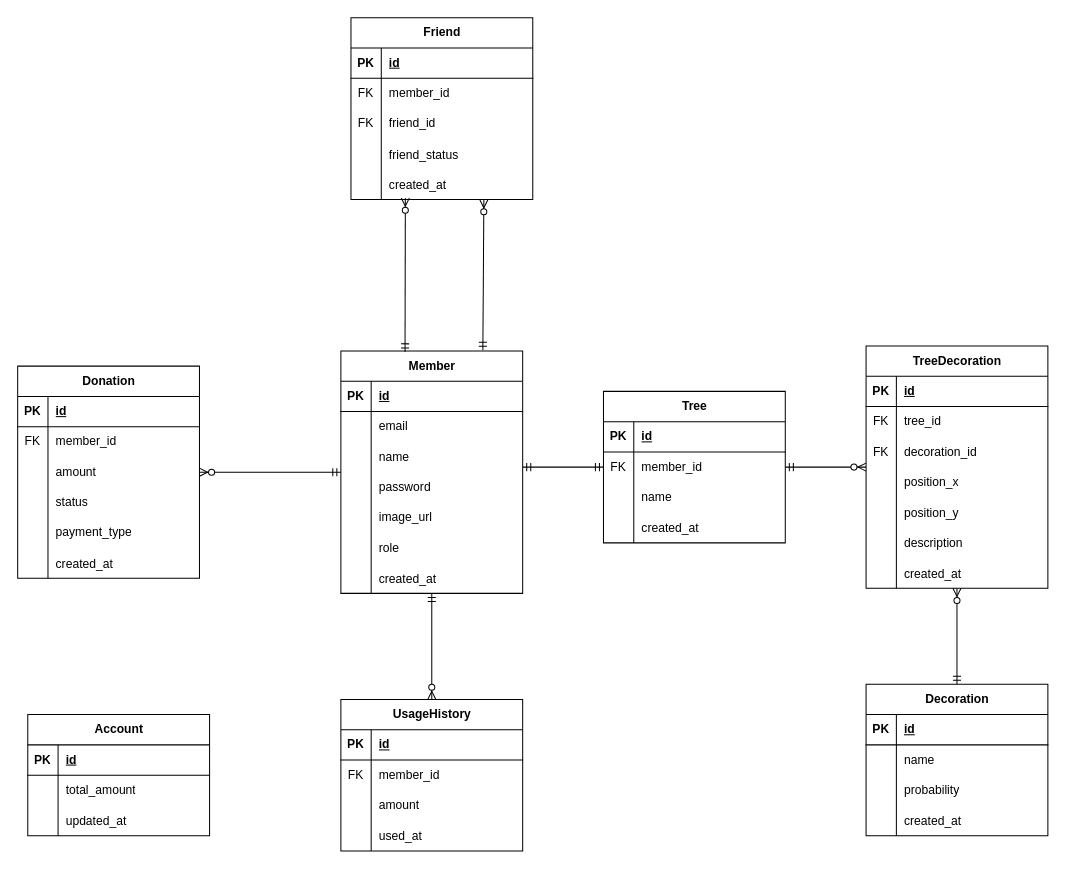
Above: ChaeumERD.drawio in 2025-Advanced-Capstone-Chaeum/ERD (draw.io), before the change. Source tidied: cells renumbered, new cells numbered last; positions are measured from the earlier drawing's top-left corner, leaving out a move shared by most shapes. Both pictures are drawn from the tidied source at 101%, with x=0, y=0 at pixel (17, 17).
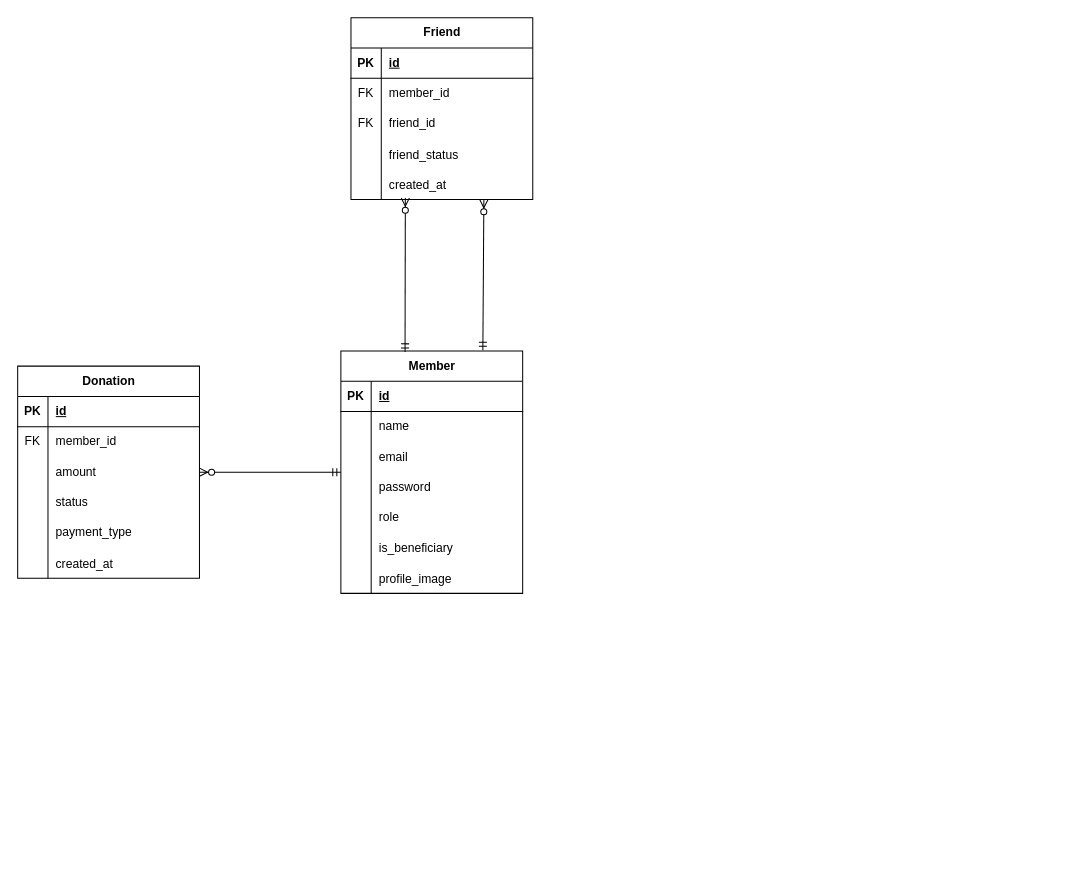
Above is the later version.

Commit message:
docs(ERD): 불필요한 테이블 삭제

Unchanged cells that the change refers to:
```xml
<mxCell id="6" style="shape=tableRow;horizontal=0;startSize=0;swimlaneHead=0;swimlaneBody=0;fillColor=none;top=0;left=0;right=0;bottom=0;" parent="2" vertex="1">
  <mxGeometry y="60" width="180" height="30" as="geometry" />
</mxCell>
<mxCell id="9" style="shape=tableRow;horizontal=0;startSize=0;swimlaneHead=0;swimlaneBody=0;fillColor=none;top=0;left=0;right=0;bottom=0;" parent="2" vertex="1">
  <mxGeometry y="90" width="180" height="30" as="geometry" />
</mxCell>
<mxCell id="15" style="shape=tableRow;horizontal=0;startSize=0;swimlaneHead=0;swimlaneBody=0;fillColor=none;top=0;left=0;right=0;bottom=0;" parent="2" vertex="1">
  <mxGeometry y="150" width="180" height="30" as="geometry" />
</mxCell>
<mxCell id="18" style="shape=tableRow;horizontal=0;startSize=0;swimlaneHead=0;swimlaneBody=0;fillColor=none;top=0;left=0;right=0;bottom=0;" parent="2" vertex="1">
  <mxGeometry y="180" width="180" height="30" as="geometry" />
</mxCell>
<mxCell id="21" style="shape=tableRow;horizontal=0;startSize=0;swimlaneHead=0;swimlaneBody=0;fillColor=none;top=0;left=0;right=0;bottom=0;" parent="2" vertex="1">
  <mxGeometry y="210" width="180" height="30" as="geometry" />
</mxCell>
```

Diff of the diagram source:
```diff
@@
-    <mxCell id="8" value="email" style="shape=partialRectangle;fillColor=none;top=0;left=0;bottom=0;right=0;align=left;spacingLeft=6;overflow=hidden;whiteSpace=wrap;html=1;" parent="6" vertex="1">
+    <mxCell id="8" value="name" style="shape=partialRectangle;fillColor=none;top=0;left=0;bottom=0;right=0;align=left;spacingLeft=6;overflow=hidden;whiteSpace=wrap;html=1;" parent="6" vertex="1">
       <mxGeometry x="30" width="150" height="30" as="geometry" />
     </mxCell>
@@
-    <mxCell id="11" value="name" style="shape=partialRectangle;fillColor=none;top=0;left=0;bottom=0;right=0;align=left;spacingLeft=6;overflow=hidden;whiteSpace=wrap;html=1;" parent="9" vertex="1">
+    <mxCell id="11" value="email" style="shape=partialRectangle;fillColor=none;top=0;left=0;bottom=0;right=0;align=left;spacingLeft=6;overflow=hidden;whiteSpace=wrap;html=1;" parent="9" vertex="1">
       <mxGeometry x="30" width="150" height="30" as="geometry" />
     </mxCell>
@@
-    <mxCell id="17" value="image_url" style="shape=partialRectangle;fillColor=none;top=0;left=0;bottom=0;right=0;align=left;spacingLeft=6;overflow=hidden;whiteSpace=wrap;html=1;" parent="15" vertex="1">
+    <mxCell id="17" value="role" style="shape=partialRectangle;fillColor=none;top=0;left=0;bottom=0;right=0;align=left;spacingLeft=6;overflow=hidden;whiteSpace=wrap;html=1;" parent="15" vertex="1">
       <mxGeometry x="30" width="150" height="30" as="geometry" />
     </mxCell>
@@
-    <mxCell id="20" value="role" style="shape=partialRectangle;fillColor=none;top=0;left=0;bottom=0;right=0;align=left;spacingLeft=6;overflow=hidden;" parent="18" vertex="1">
+    <mxCell id="20" value="is_beneficiary" style="shape=partialRectangle;fillColor=none;top=0;left=0;bottom=0;right=0;align=left;spacingLeft=6;overflow=hidden;" parent="18" vertex="1">
       <mxGeometry x="30" width="150" height="30" as="geometry" />
     </mxCell>
@@
-    <mxCell id="23" value="created_at" style="shape=partialRectangle;fillColor=none;top=0;left=0;bottom=0;right=0;align=left;spacingLeft=6;overflow=hidden;" parent="21" vertex="1">
+    <mxCell id="23" value="profile_image" style="shape=partialRectangle;fillColor=none;top=0;left=0;bottom=0;right=0;align=left;spacingLeft=6;overflow=hidden;" parent="21" vertex="1">
       <mxGeometry x="30" width="150" height="30" as="geometry" />
     </mxCell>
-    <mxCell id="24" style="fontSize=12;html=1;endArrow=ERmandOne;startArrow=ERmandOne;rounded=0;entryX=0;entryY=0.5;entryDx=0;entryDy=0;" parent="1" edge="1" target="30">
-      <mxGeometry relative="1" as="geometry">
-        <mxPoint x="500" y="445" as="sourcePoint" />
-      </mxGeometry>
-    </mxCell>
-    <mxCell id="25" style="edgeStyle=none;rounded=0;jettySize=auto;html=1;exitX=0;exitY=0.5;exitDx=0;exitDy=0;" parent="1" edge="1" source="46" target="39">
-      <mxGeometry relative="1" as="geometry" />
+    <mxCell id="25" style="edgeStyle=none;rounded=0;orthogonalLoop=1;jettySize=auto;html=1;exitX=0;exitY=0.5;exitDx=0;exitDy=0;" parent="1" edge="1">
+      <mxGeometry relative="1" as="geometry">
+        <mxPoint x="840" y="430" as="sourcePoint" />
+        <mxPoint x="840" y="430" as="targetPoint" />
+      </mxGeometry>
     </mxCell>
-    <mxCell id="26" value="Tree" style="shape=table;startSize=30;childLayout=tableLayout;rowLines=0;fontStyle=1;align=center;html=1;" parent="1" vertex="1">
-      <mxGeometry x="580" y="370" width="180" height="150" as="geometry" />
-    </mxCell>
-    <mxCell id="27" style="shape=tableRow;horizontal=0;startSize=0;swimlaneHead=0;swimlaneBody=0;fillColor=none;top=0;left=0;right=0;bottom=1;" parent="26" vertex="1">
-      <mxGeometry y="30" width="180" height="30" as="geometry" />
-    </mxCell>
-    <mxCell id="28" value="PK" style="shape=partialRectangle;fillColor=none;top=0;left=0;bottom=0;right=0;fontStyle=1;overflow=hidden;whiteSpace=wrap;html=1;" parent="27" vertex="1">
-      <mxGeometry width="30" height="30" as="geometry" />
-    </mxCell>
-    <mxCell id="29" value="id" style="shape=partialRectangle;fillColor=none;top=0;left=0;bottom=0;right=0;align=left;spacingLeft=6;fontStyle=5;overflow=hidden;whiteSpace=wrap;html=1;" parent="27" vertex="1">
-      <mxGeometry x="30" width="150" height="30" as="geometry" />
-    </mxCell>
-    <mxCell id="30" style="shape=tableRow;horizontal=0;startSize=0;swimlaneHead=0;swimlaneBody=0;fillColor=none;points=[[0,0.5],[1,0.5]];portConstraint=eastwest;top=0;left=0;right=0;bottom=0;" parent="26" vertex="1">
-      <mxGeometry y="60" width="180" height="30" as="geometry" />
-    </mxCell>
-    <mxCell id="31" value="FK" style="shape=partialRectangle;fillColor=none;top=0;left=0;bottom=0;right=0;overflow=hidden;whiteSpace=wrap;html=1;" parent="30" vertex="1">
-      <mxGeometry width="30" height="30" as="geometry" />
-    </mxCell>
-    <mxCell id="32" value="member_id" style="shape=partialRectangle;fillColor=none;top=0;left=0;bottom=0;right=0;align=left;spacingLeft=6;overflow=hidden;whiteSpace=wrap;html=1;" parent="30" vertex="1">
-      <mxGeometry x="30" width="150" height="30" as="geometry" />
-    </mxCell>
-    <mxCell id="33" style="shape=tableRow;horizontal=0;startSize=0;swimlaneHead=0;swimlaneBody=0;fillColor=none;top=0;left=0;right=0;bottom=0;" parent="26" vertex="1">
-      <mxGeometry y="90" width="180" height="30" as="geometry" />
-    </mxCell>
-    <mxCell id="34" style="shape=partialRectangle;fillColor=none;top=0;left=0;bottom=0;right=0;overflow=hidden;whiteSpace=wrap;html=1;" parent="33" vertex="1">
-      <mxGeometry width="30" height="30" as="geometry" />
-    </mxCell>
-    <mxCell id="35" value="name" style="shape=partialRectangle;fillColor=none;top=0;left=0;bottom=0;right=0;align=left;spacingLeft=6;overflow=hidden;whiteSpace=wrap;html=1;" parent="33" vertex="1">
-      <mxGeometry x="30" width="150" height="30" as="geometry" />
-    </mxCell>
-    <mxCell id="36" style="shape=tableRow;horizontal=0;startSize=0;swimlaneHead=0;swimlaneBody=0;fillColor=none;top=0;left=0;right=0;bottom=0;" parent="26" vertex="1">
-      <mxGeometry y="120" width="180" height="30" as="geometry" />
-    </mxCell>
-    <mxCell id="37" style="shape=partialRectangle;fillColor=none;top=0;left=0;bottom=0;right=0;overflow=hidden;" parent="36" vertex="1">
-      <mxGeometry width="30" height="30" as="geometry" />
-    </mxCell>
-    <mxCell id="38" value="created_at" style="shape=partialRectangle;fillColor=none;top=0;left=0;bottom=0;right=0;align=left;spacingLeft=6;overflow=hidden;" parent="36" vertex="1">
-      <mxGeometry x="30" width="150" height="30" as="geometry" />
-    </mxCell>
-    <mxCell id="39" value="TreeDecoration" style="shape=table;startSize=30;childLayout=tableLayout;rowLines=0;fontStyle=1;align=center;html=1;" parent="1" vertex="1">
-      <mxGeometry x="840" y="325" width="180" height="240" as="geometry" />
-    </mxCell>
-    <mxCell id="40" style="shape=tableRow;horizontal=0;startSize=0;swimlaneHead=0;swimlaneBody=0;fillColor=none;top=0;left=0;right=0;bottom=1;" parent="39" vertex="1">
-      <mxGeometry y="30" width="180" height="30" as="geometry" />
-    </mxCell>
-    <mxCell id="41" value="PK" style="shape=partialRectangle;fillColor=none;top=0;left=0;bottom=0;right=0;fontStyle=1;overflow=hidden;whiteSpace=wrap;html=1;" parent="40" vertex="1">
-      <mxGeometry width="30" height="30" as="geometry" />
-    </mxCell>
-    <mxCell id="42" value="id" style="shape=partialRectangle;fillColor=none;top=0;left=0;bottom=0;right=0;align=left;spacingLeft=6;fontStyle=5;overflow=hidden;whiteSpace=wrap;html=1;" parent="40" vertex="1">
-      <mxGeometry x="30" width="150" height="30" as="geometry" />
-    </mxCell>
-    <mxCell id="43" style="shape=tableRow;horizontal=0;startSize=0;swimlaneHead=0;swimlaneBody=0;fillColor=none;top=0;left=0;right=0;bottom=0;" parent="39" vertex="1">
-      <mxGeometry y="60" width="180" height="30" as="geometry" />
-    </mxCell>
-    <mxCell id="44" value="FK" style="shape=partialRectangle;fillColor=none;top=0;left=0;bottom=0;right=0;overflow=hidden;whiteSpace=wrap;html=1;" parent="43" vertex="1">
-      <mxGeometry width="30" height="30" as="geometry" />
-    </mxCell>
-    <mxCell id="45" value="tree_id" style="shape=partialRectangle;fillColor=none;top=0;left=0;bottom=0;right=0;align=left;spacingLeft=6;overflow=hidden;whiteSpace=wrap;html=1;" parent="43" vertex="1">
-      <mxGeometry x="30" width="150" height="30" as="geometry" />
-    </mxCell>
-    <mxCell id="46" style="shape=tableRow;horizontal=0;startSize=0;swimlaneHead=0;swimlaneBody=0;fillColor=none;points=[[0,0.5],[1,0.5]];portConstraint=eastwest;top=0;left=0;right=0;bottom=0;" parent="39" vertex="1">
-      <mxGeometry y="90" width="180" height="30" as="geometry" />
-    </mxCell>
-    <mxCell id="47" value="FK" style="shape=partialRectangle;fillColor=none;top=0;left=0;bottom=0;right=0;overflow=hidden;whiteSpace=wrap;html=1;" parent="46" vertex="1">
-      <mxGeometry width="30" height="30" as="geometry" />
-    </mxCell>
-    <mxCell id="48" value="decoration_id" style="shape=partialRectangle;fillColor=none;top=0;left=0;bottom=0;right=0;align=left;spacingLeft=6;overflow=hidden;whiteSpace=wrap;html=1;" parent="46" vertex="1">
-      <mxGeometry x="30" width="150" height="30" as="geometry" />
-    </mxCell>
-    <mxCell id="49" style="shape=tableRow;horizontal=0;startSize=0;swimlaneHead=0;swimlaneBody=0;fillColor=none;top=0;left=0;right=0;bottom=0;" parent="39" vertex="1">
-      <mxGeometry y="120" width="180" height="30" as="geometry" />
-    </mxCell>
-    <mxCell id="50" style="shape=partialRectangle;fillColor=none;top=0;left=0;bottom=0;right=0;overflow=hidden;whiteSpace=wrap;html=1;" parent="49" vertex="1">
-      <mxGeometry width="30" height="30" as="geometry" />
-    </mxCell>
-    <mxCell id="51" value="position_x" style="shape=partialRectangle;fillColor=none;top=0;left=0;bottom=0;right=0;align=left;spacingLeft=6;overflow=hidden;whiteSpace=wrap;html=1;" parent="49" vertex="1">
-      <mxGeometry x="30" width="150" height="30" as="geometry" />
-    </mxCell>
-    <mxCell id="52" style="shape=tableRow;horizontal=0;startSize=0;swimlaneHead=0;swimlaneBody=0;fillColor=none;top=0;left=0;right=0;bottom=0;" parent="39" vertex="1">
-      <mxGeometry y="150" width="180" height="30" as="geometry" />
-    </mxCell>
-    <mxCell id="53" style="shape=partialRectangle;fillColor=none;top=0;left=0;bottom=0;right=0;overflow=hidden;" parent="52" vertex="1">
-      <mxGeometry width="30" height="30" as="geometry" />
-    </mxCell>
-    <mxCell id="54" value="position_y" style="shape=partialRectangle;fillColor=none;top=0;left=0;bottom=0;right=0;align=left;spacingLeft=6;overflow=hidden;" parent="52" vertex="1">
-      <mxGeometry x="30" width="150" height="30" as="geometry" />
-    </mxCell>
-    <mxCell id="55" style="shape=tableRow;horizontal=0;startSize=0;swimlaneHead=0;swimlaneBody=0;fillColor=none;top=0;left=0;right=0;bottom=0;" parent="39" vertex="1">
-      <mxGeometry y="180" width="180" height="30" as="geometry" />
-    </mxCell>
-    <mxCell id="56" style="shape=partialRectangle;fillColor=none;top=0;left=0;bottom=0;right=0;overflow=hidden;" parent="55" vertex="1">
-      <mxGeometry width="30" height="30" as="geometry" />
-    </mxCell>
-    <mxCell id="57" value="description" style="shape=partialRectangle;fillColor=none;top=0;left=0;bottom=0;right=0;align=left;spacingLeft=6;overflow=hidden;" parent="55" vertex="1">
-      <mxGeometry x="30" width="150" height="30" as="geometry" />
-    </mxCell>
-    <mxCell id="58" style="shape=tableRow;horizontal=0;startSize=0;swimlaneHead=0;swimlaneBody=0;fillColor=none;top=0;left=0;right=0;bottom=0;" parent="39" vertex="1">
-      <mxGeometry y="210" width="180" height="30" as="geometry" />
-    </mxCell>
-    <mxCell id="59" style="shape=partialRectangle;fillColor=none;top=0;left=0;bottom=0;right=0;overflow=hidden;" parent="58" vertex="1">
-      <mxGeometry width="30" height="30" as="geometry" />
-    </mxCell>
-    <mxCell id="60" value="created_at" style="shape=partialRectangle;fillColor=none;top=0;left=0;bottom=0;right=0;align=left;spacingLeft=6;overflow=hidden;" parent="58" vertex="1">
-      <mxGeometry x="30" width="150" height="30" as="geometry" />
-    </mxCell>
-    <mxCell id="61" value="Decoration" style="shape=table;startSize=30;childLayout=tableLayout;rowLines=0;fontStyle=1;align=center;html=1;" parent="1" vertex="1">
-      <mxGeometry x="840" y="660" width="180" height="150" as="geometry" />
-    </mxCell>
-    <mxCell id="62" style="shape=tableRow;horizontal=0;startSize=0;swimlaneHead=0;swimlaneBody=0;fillColor=none;top=0;left=0;right=0;bottom=1;" parent="61" vertex="1">
-      <mxGeometry y="30" width="180" height="30" as="geometry" />
-    </mxCell>
-    <mxCell id="63" value="PK" style="shape=partialRectangle;fillColor=none;top=0;left=0;bottom=0;right=0;fontStyle=1;overflow=hidden;whiteSpace=wrap;html=1;" parent="62" vertex="1">
-      <mxGeometry width="30" height="30" as="geometry" />
-    </mxCell>
-    <mxCell id="64" value="id" style="shape=partialRectangle;fillColor=none;top=0;left=0;bottom=0;right=0;align=left;spacingLeft=6;fontStyle=5;overflow=hidden;whiteSpace=wrap;html=1;" parent="62" vertex="1">
-      <mxGeometry x="30" width="150" height="30" as="geometry" />
-    </mxCell>
-    <mxCell id="65" style="shape=tableRow;horizontal=0;startSize=0;swimlaneHead=0;swimlaneBody=0;fillColor=none;top=0;left=0;right=0;bottom=0;" parent="61" vertex="1">
-      <mxGeometry y="60" width="180" height="30" as="geometry" />
-    </mxCell>
-    <mxCell id="66" style="shape=partialRectangle;fillColor=none;top=0;left=0;bottom=0;right=0;overflow=hidden;whiteSpace=wrap;html=1;" parent="65" vertex="1">
-      <mxGeometry width="30" height="30" as="geometry" />
-    </mxCell>
-    <mxCell id="67" value="name" style="shape=partialRectangle;fillColor=none;top=0;left=0;bottom=0;right=0;align=left;spacingLeft=6;overflow=hidden;whiteSpace=wrap;html=1;" parent="65" vertex="1">
-      <mxGeometry x="30" width="150" height="30" as="geometry" />
-    </mxCell>
-    <mxCell id="68" style="shape=tableRow;horizontal=0;startSize=0;swimlaneHead=0;swimlaneBody=0;fillColor=none;top=0;left=0;right=0;bottom=0;" parent="61" vertex="1">
-      <mxGeometry y="90" width="180" height="30" as="geometry" />
-    </mxCell>
-    <mxCell id="69" style="shape=partialRectangle;fillColor=none;top=0;left=0;bottom=0;right=0;overflow=hidden;whiteSpace=wrap;html=1;" parent="68" vertex="1">
-      <mxGeometry width="30" height="30" as="geometry" />
-    </mxCell>
-    <mxCell id="70" value="probability" style="shape=partialRectangle;fillColor=none;top=0;left=0;bottom=0;right=0;align=left;spacingLeft=6;overflow=hidden;whiteSpace=wrap;html=1;" parent="68" vertex="1">
-      <mxGeometry x="30" width="150" height="30" as="geometry" />
-    </mxCell>
-    <mxCell id="71" style="shape=tableRow;horizontal=0;startSize=0;swimlaneHead=0;swimlaneBody=0;fillColor=none;top=0;left=0;right=0;bottom=0;" parent="61" vertex="1">
-      <mxGeometry y="120" width="180" height="30" as="geometry" />
-    </mxCell>
-    <mxCell id="72" style="shape=partialRectangle;fillColor=none;top=0;left=0;bottom=0;right=0;overflow=hidden;" parent="71" vertex="1">
-      <mxGeometry width="30" height="30" as="geometry" />
-    </mxCell>
-    <mxCell id="73" value="created_at" style="shape=partialRectangle;fillColor=none;top=0;left=0;bottom=0;right=0;align=left;spacingLeft=6;overflow=hidden;" parent="71" vertex="1">
-      <mxGeometry x="30" width="150" height="30" as="geometry" />
-    </mxCell>
@@
-    <mxCell id="93" value="UsageHistory" style="shape=table;startSize=30;childLayout=tableLayout;rowLines=0;fontStyle=1;align=center;html=1;" parent="1" vertex="1">
-      <mxGeometry x="320" y="675" width="180" height="150" as="geometry" />
-    </mxCell>
-    <mxCell id="94" style="shape=tableRow;horizontal=0;startSize=0;swimlaneHead=0;swimlaneBody=0;fillColor=none;top=0;left=0;right=0;bottom=1;" parent="93" vertex="1">
-      <mxGeometry y="30" width="180" height="30" as="geometry" />
-    </mxCell>
-    <mxCell id="95" value="PK" style="shape=partialRectangle;fillColor=none;top=0;left=0;bottom=0;right=0;fontStyle=1;overflow=hidden;whiteSpace=wrap;html=1;" parent="94" vertex="1">
-      <mxGeometry width="30" height="30" as="geometry" />
-    </mxCell>
-    <mxCell id="96" value="id" style="shape=partialRectangle;fillColor=none;top=0;left=0;bottom=0;right=0;align=left;spacingLeft=6;fontStyle=5;overflow=hidden;whiteSpace=wrap;html=1;" parent="94" vertex="1">
-      <mxGeometry x="30" width="150" height="30" as="geometry" />
-    </mxCell>
-    <mxCell id="97" style="shape=tableRow;horizontal=0;startSize=0;swimlaneHead=0;swimlaneBody=0;fillColor=none;top=0;left=0;right=0;bottom=0;" parent="93" vertex="1">
-      <mxGeometry y="60" width="180" height="30" as="geometry" />
-    </mxCell>
-    <mxCell id="98" value="FK" style="shape=partialRectangle;fillColor=none;top=0;left=0;bottom=0;right=0;overflow=hidden;whiteSpace=wrap;html=1;" parent="97" vertex="1">
-      <mxGeometry width="30" height="30" as="geometry" />
-    </mxCell>
-    <mxCell id="99" value="member_id" style="shape=partialRectangle;fillColor=none;top=0;left=0;bottom=0;right=0;align=left;spacingLeft=6;overflow=hidden;whiteSpace=wrap;html=1;" parent="97" vertex="1">
-      <mxGeometry x="30" width="150" height="30" as="geometry" />
-    </mxCell>
-    <mxCell id="100" style="shape=tableRow;horizontal=0;startSize=0;swimlaneHead=0;swimlaneBody=0;fillColor=none;top=0;left=0;right=0;bottom=0;" parent="93" vertex="1">
-      <mxGeometry y="90" width="180" height="30" as="geometry" />
-    </mxCell>
-    <mxCell id="101" style="shape=partialRectangle;fillColor=none;top=0;left=0;bottom=0;right=0;overflow=hidden;whiteSpace=wrap;html=1;" parent="100" vertex="1">
-      <mxGeometry width="30" height="30" as="geometry" />
-    </mxCell>
-    <mxCell id="102" value="amount" style="shape=partialRectangle;fillColor=none;top=0;left=0;bottom=0;right=0;align=left;spacingLeft=6;overflow=hidden;whiteSpace=wrap;html=1;" parent="100" vertex="1">
-      <mxGeometry x="30" width="150" height="30" as="geometry" />
-    </mxCell>
-    <mxCell id="103" style="shape=tableRow;horizontal=0;startSize=0;swimlaneHead=0;swimlaneBody=0;fillColor=none;top=0;left=0;right=0;bottom=0;" parent="93" vertex="1">
-      <mxGeometry y="120" width="180" height="30" as="geometry" />
-    </mxCell>
-    <mxCell id="104" style="shape=partialRectangle;fillColor=none;top=0;left=0;bottom=0;right=0;overflow=hidden;" parent="103" vertex="1">
-      <mxGeometry width="30" height="30" as="geometry" />
-    </mxCell>
-    <mxCell id="105" value="used_at" style="shape=partialRectangle;fillColor=none;top=0;left=0;bottom=0;right=0;align=left;spacingLeft=6;overflow=hidden;" parent="103" vertex="1">
-      <mxGeometry x="30" width="150" height="30" as="geometry" />
-    </mxCell>
@@
-    <mxCell id="122" value="Account" style="shape=table;startSize=30;childLayout=tableLayout;rowLines=0;fontStyle=1;align=center;html=1;" parent="1" vertex="1">
-      <mxGeometry x="10" y="690" width="180" height="120" as="geometry" />
-    </mxCell>
-    <mxCell id="123" style="shape=tableRow;horizontal=0;startSize=0;swimlaneHead=0;swimlaneBody=0;fillColor=none;top=0;left=0;right=0;bottom=1;" parent="122" vertex="1">
-      <mxGeometry y="30" width="180" height="30" as="geometry" />
-    </mxCell>
-    <mxCell id="124" value="PK" style="shape=partialRectangle;fillColor=none;top=0;left=0;bottom=0;right=0;fontStyle=1;overflow=hidden;whiteSpace=wrap;html=1;" parent="123" vertex="1">
-      <mxGeometry width="30" height="30" as="geometry" />
-    </mxCell>
-    <mxCell id="125" value="id" style="shape=partialRectangle;fillColor=none;top=0;left=0;bottom=0;right=0;align=left;spacingLeft=6;fontStyle=5;overflow=hidden;whiteSpace=wrap;html=1;" parent="123" vertex="1">
-      <mxGeometry x="30" width="150" height="30" as="geometry" />
-    </mxCell>
-    <mxCell id="126" style="shape=tableRow;horizontal=0;startSize=0;swimlaneHead=0;swimlaneBody=0;fillColor=none;top=0;left=0;right=0;bottom=0;" parent="122" vertex="1">
-      <mxGeometry y="60" width="180" height="30" as="geometry" />
-    </mxCell>
-    <mxCell id="127" style="shape=partialRectangle;fillColor=none;top=0;left=0;bottom=0;right=0;overflow=hidden;whiteSpace=wrap;html=1;" parent="126" vertex="1">
-      <mxGeometry width="30" height="30" as="geometry" />
-    </mxCell>
-    <mxCell id="128" value="total_amount" style="shape=partialRectangle;fillColor=none;top=0;left=0;bottom=0;right=0;align=left;spacingLeft=6;overflow=hidden;whiteSpace=wrap;html=1;" parent="126" vertex="1">
-      <mxGeometry x="30" width="150" height="30" as="geometry" />
-    </mxCell>
-    <mxCell id="129" style="shape=tableRow;horizontal=0;startSize=0;swimlaneHead=0;swimlaneBody=0;fillColor=none;top=0;left=0;right=0;bottom=0;" parent="122" vertex="1">
-      <mxGeometry y="90" width="180" height="30" as="geometry" />
-    </mxCell>
-    <mxCell id="130" style="shape=partialRectangle;fillColor=none;top=0;left=0;bottom=0;right=0;overflow=hidden;" parent="129" vertex="1">
-      <mxGeometry width="30" height="30" as="geometry" />
-    </mxCell>
-    <mxCell id="131" value="updated_at" style="shape=partialRectangle;fillColor=none;top=0;left=0;bottom=0;right=0;align=left;spacingLeft=6;overflow=hidden;" parent="129" vertex="1">
-      <mxGeometry x="30" width="150" height="30" as="geometry" />
-    </mxCell>
@@
-    <mxCell id="135" style="fontSize=12;html=1;endArrow=ERzeroToMany;startArrow=ERmandOne;rounded=0;entryX=0.5;entryY=0;entryDx=0;entryDy=0;" parent="1" edge="1" target="93">
-      <mxGeometry relative="1" as="geometry">
-        <mxPoint x="410" y="570" as="sourcePoint" />
-      </mxGeometry>
-    </mxCell>
-    <mxCell id="136" style="fontSize=12;html=1;endArrow=ERzeroToMany;startArrow=ERmandOne;rounded=0;exitX=1;exitY=0.5;exitDx=0;exitDy=0;" parent="1" edge="1" source="30" target="39">
-      <mxGeometry relative="1" as="geometry" />
-    </mxCell>
-    <mxCell id="137" style="fontSize=12;html=1;endArrow=ERzeroToMany;startArrow=ERmandOne;rounded=0;" parent="1" edge="1" source="61" target="39">
-      <mxGeometry relative="1" as="geometry" />
-    </mxCell>
```
